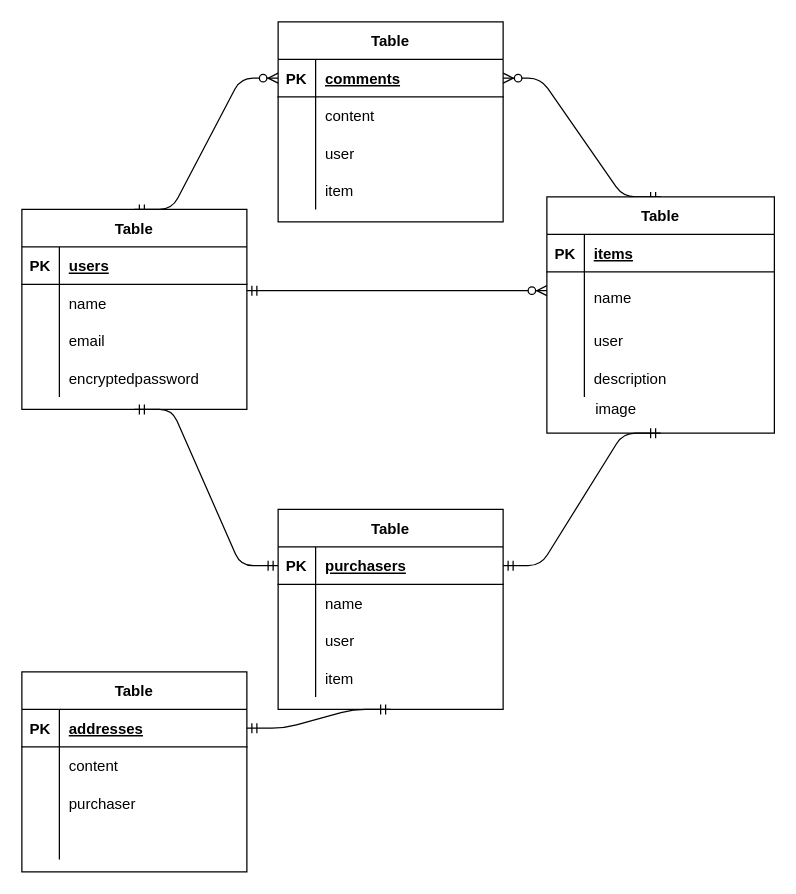
The draw.io diagram test.drawio in Rick0317/furima-36668, before the edit. Source tidied: cells renumbered, new cells numbered last; positions are measured from the earlier drawing's top-left corner, leaving out a move shared by most shapes. Both pictures are drawn from the tidied source at 125%, with x=0, y=0 at pixel (21, 21).
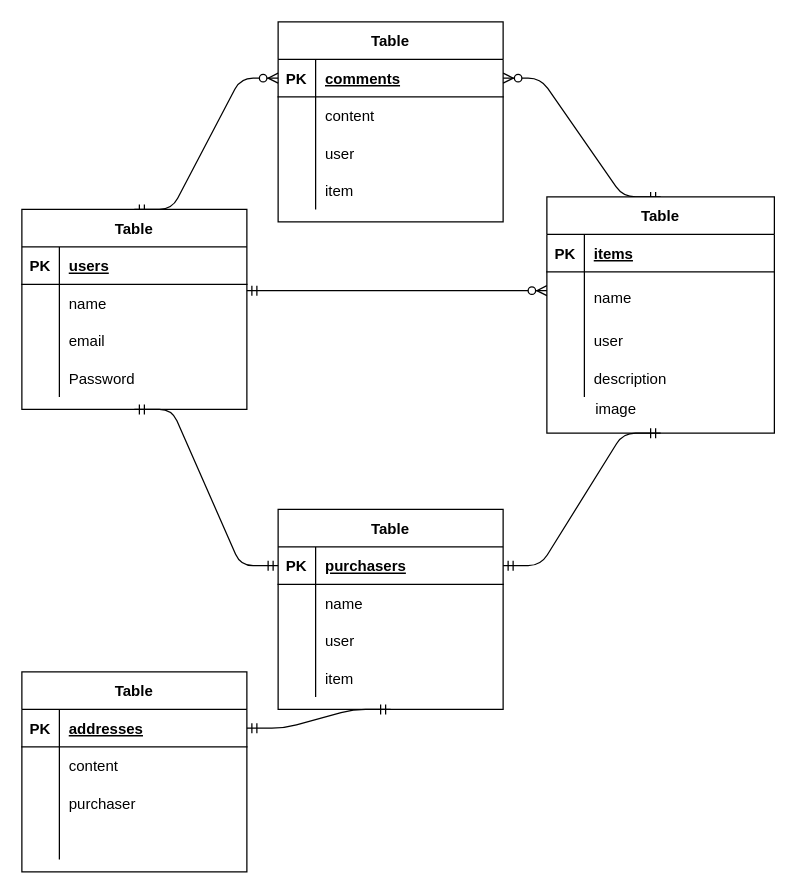
The same diagram, later.

The change refers to these unchanged cells:
```xml
<mxCell id="18" style="shape=partialRectangle;fillColor=none;top=0;left=0;bottom=0;right=0;" parent="8" vertex="1">
  <mxGeometry y="120" width="180" height="30" as="geometry" />
</mxCell>
```

What changed in the source:
```diff
@@
-    <mxCell id="20" value="encryptedpassword" style="shape=partialRectangle;fillColor=none;top=0;left=0;bottom=0;right=0;align=left;spacingLeft=6;overflow=hidden;" parent="18" vertex="1">
+    <mxCell id="20" value="Password" style="shape=partialRectangle;fillColor=none;top=0;left=0;bottom=0;right=0;align=left;spacingLeft=6;overflow=hidden;" parent="18" vertex="1">
       <mxGeometry x="30" width="150" height="30" as="geometry" />
     </mxCell>
```
